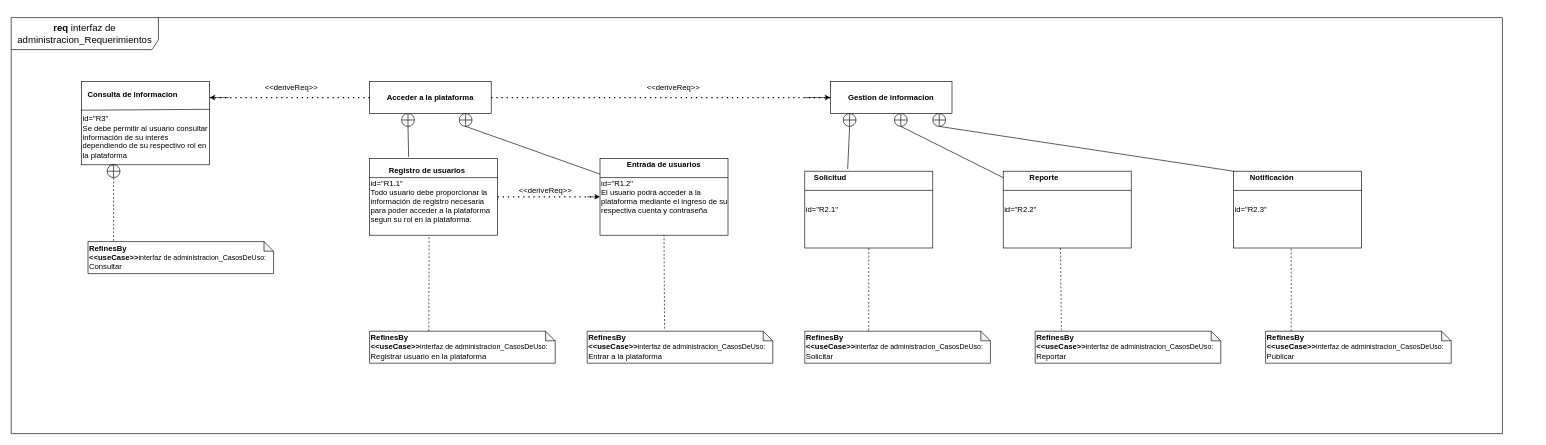
Earlier version of the draw.io diagram Diagrama de requerimientos.drawio (mnivia/Administracion-unidades-cerradas). Source tidied: cells renumbered, new cells numbered last; positions are measured from the earlier drawing's top-left corner, leaving out a move shared by most shapes. Both pictures are drawn from the tidied source at 64%, with x=0, y=0 at pixel (11, 17).
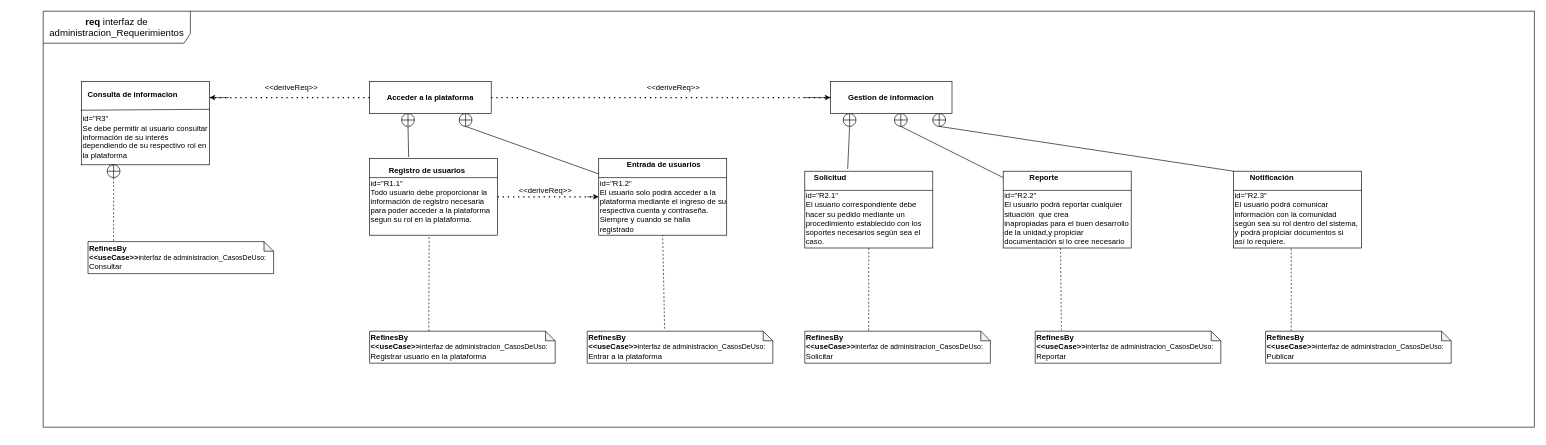
After the change.

What changed in the source:
```diff
@@
     <mxCell id="2" value="&lt;font style=&quot;font-size: 15px&quot;&gt;&lt;b&gt;req&amp;nbsp;&lt;/b&gt;&lt;span style=&quot;text-align: left&quot;&gt;interfaz de administracion_Requerimientos&lt;/span&gt;&lt;/font&gt;" style="shape=umlFrame;whiteSpace=wrap;html=1;width=230;height=50;" parent="1" vertex="1">
-      <mxGeometry width="2330" height="650" as="geometry" />
+      <mxGeometry x="50" y="-10" width="2330" height="650" as="geometry" />
     </mxCell>
@@
-    <mxCell id="5" value="&lt;span&gt;&lt;br&gt;id=&quot;R1.2&quot;&lt;br&gt;El usuario podrá&amp;nbsp;acceder a la plataforma mediante el ingreso de su respectiva cuenta y contraseña&lt;br&gt;&lt;br&gt;&lt;/span&gt;" style="rounded=0;whiteSpace=wrap;html=1;align=left;" parent="1" vertex="1">
-      <mxGeometry x="920" y="220" width="200" height="120" as="geometry" />
+    <mxCell id="5" value="&lt;span&gt;&lt;br&gt;&lt;br&gt;&lt;br&gt;&lt;br&gt;id=&quot;R1.2&quot;&lt;br&gt;El usuario solo podrá&amp;nbsp;acceder a la plataforma mediante el ingreso de su respectiva cuenta y contraseña.&lt;br&gt;Siempre y cuando se halla registrado&lt;br&gt;&lt;br&gt;&lt;br&gt;&lt;/span&gt;" style="rounded=0;whiteSpace=wrap;html=1;align=left;" parent="1" vertex="1">
+      <mxGeometry x="918" y="220" width="200" height="120" as="geometry" />
     </mxCell>
@@
-    <mxCell id="21" value="id=&quot;R2.1&quot;" style="rounded=0;whiteSpace=wrap;html=1;align=left;" parent="1" vertex="1">
+    <mxCell id="21" value="&lt;br&gt;&lt;br&gt;id=&quot;R2.1&quot;&lt;br&gt;El usuario correspondiente debe hacer su pedido mediante un procedimiento establecido con los soportes necesarios según sea el caso." style="rounded=0;whiteSpace=wrap;html=1;align=left;" parent="1" vertex="1">
       <mxGeometry x="1240" y="240" width="200" height="120" as="geometry" />
     </mxCell>
@@
-    <mxCell id="23" value="&lt;span&gt;id=&quot;R2.2&quot;&lt;/span&gt;" style="rounded=0;whiteSpace=wrap;html=1;align=left;" parent="1" vertex="1">
+    <mxCell id="23" value="&lt;span&gt;&lt;br&gt;&lt;br&gt;id=&quot;R2.2&quot;&lt;br&gt;El usuario podrá&amp;nbsp;reportar cualquier situación&amp;nbsp;&amp;nbsp;que crea inapropiadas&amp;nbsp;para el buen desarrollo de la unidad,y propiciar documentación&amp;nbsp;si lo cree&amp;nbsp;necesario&lt;br&gt;&lt;/span&gt;" style="rounded=0;whiteSpace=wrap;html=1;align=left;" parent="1" vertex="1">
       <mxGeometry x="1550" y="240" width="200" height="120" as="geometry" />
     </mxCell>
@@
-    <mxCell id="35" value="&lt;span&gt;id=&quot;R2.3&quot;&lt;/span&gt;" style="rounded=0;whiteSpace=wrap;html=1;align=left;" parent="1" vertex="1">
+    <mxCell id="35" value="&lt;span&gt;&lt;br&gt;&lt;br&gt;id=&quot;R2.3&quot;&lt;br&gt;El usuario podrá&amp;nbsp;comunicar información&amp;nbsp;con la comunidad según&amp;nbsp;sea su rol dentro del sistema, y podrá&amp;nbsp;propiciar documentos si así&amp;nbsp;lo requiere.&lt;br&gt;&lt;/span&gt;" style="rounded=0;whiteSpace=wrap;html=1;align=left;" parent="1" vertex="1">
       <mxGeometry x="1910" y="240" width="200" height="120" as="geometry" />
     </mxCell>
```
